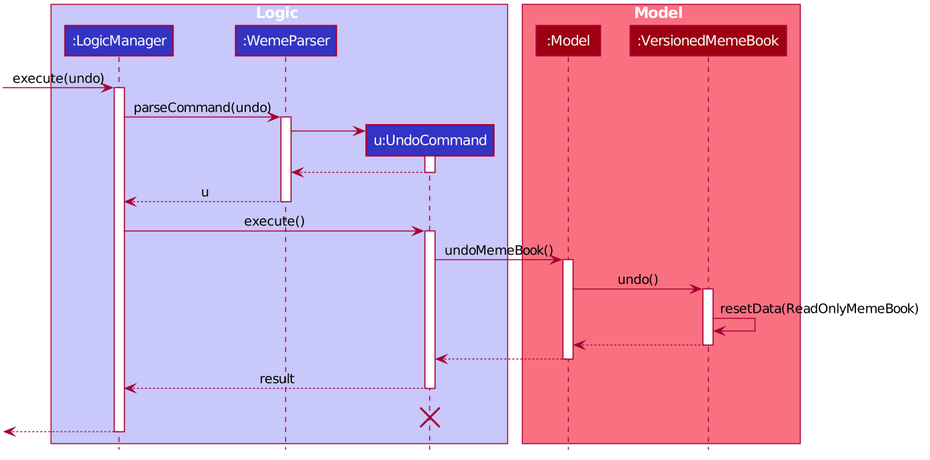
The PlantUML diagram docs/images/UndoSequenceDiagram.png in nus-cs2103-AY1920S1/addressbook-level3, before a commit. Its diagram source:
```plantuml
@startuml
scale 1.5








skinparam BackgroundColor #FFFFFFF

skinparam Shadowing false

skinparam Class {
    FontColor #FFFFFF
    BorderThickness 1
    BorderColor #FFFFFF
    StereotypeFontColor #FFFFFF
    FontName Arial
}

skinparam Actor {
    BorderColor #000000
    Color #000000
    FontName Arial
}

skinparam Sequence {
    MessageAlign center
    BoxFontSize 15
    BoxPadding 0
    BoxFontColor #FFFFFF
    FontName Arial
}

skinparam Participant {
    FontColor #FFFFFFF
    Padding 20
}

skinparam MinClassWidth 50
skinparam ParticipantPadding 10
skinparam Shadowing false
skinparam DefaultTextAlignment center
skinparam packageStyle Rectangle

hide footbox
hide members
hide circle

box Logic #C8C8FA
participant ":LogicManager" as LogicManager #3333C4
participant ":WemeParser" as WemeParser #3333C4
participant "u:UndoCommand" as UndoCommand #3333C4
end box

box Model #F97181
participant ":Model" as Model #9D0012
participant ":VersionedMemeBook" as VersionedMemeBook #9D0012
end box
[-> LogicManager : execute(undo)
activate LogicManager

LogicManager -> WemeParser : parseCommand(undo)
activate WemeParser

create UndoCommand
WemeParser -> UndoCommand
activate UndoCommand

UndoCommand --> WemeParser
deactivate UndoCommand

WemeParser --> LogicManager : u
deactivate WemeParser

LogicManager -> UndoCommand : execute()
activate UndoCommand

UndoCommand -> Model : undoMemeBook()
activate Model

Model -> VersionedMemeBook : undo()
activate VersionedMemeBook

VersionedMemeBook -> VersionedMemeBook :resetData(ReadOnlyMemeBook)
VersionedMemeBook --> Model :
deactivate VersionedMemeBook

Model --> UndoCommand
deactivate Model

UndoCommand --> LogicManager : result
deactivate UndoCommand
UndoCommand -[hidden]-> LogicManager : result
destroy UndoCommand

[<--LogicManager
deactivate LogicManager
@enduml
```
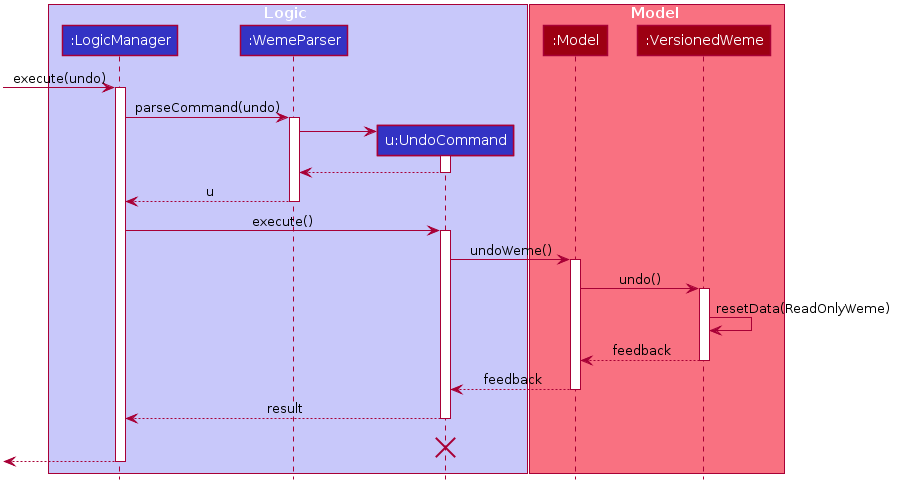
The same file after the commit.

What changed in the source:
```diff
@@ -1,5 +1,4 @@
 @startuml
-scale 1.5
 
 
 
@@ -49,6 +48,8 @@
 hide members
 hide circle
 
+
+
 box Logic #C8C8FA
 participant ":LogicManager" as LogicManager #3333C4
 participant ":WemeParser" as WemeParser #3333C4
@@ -57,7 +58,7 @@
 
 box Model #F97181
 participant ":Model" as Model #9D0012
-participant ":VersionedMemeBook" as VersionedMemeBook #9D0012
+participant ":VersionedWeme" as VersionedWeme #9D0012
 end box
 [-> LogicManager : execute(undo)
 activate LogicManager
@@ -78,17 +79,17 @@
 LogicManager -> UndoCommand : execute()
 activate UndoCommand
 
-UndoCommand -> Model : undoMemeBook()
+UndoCommand -> Model : undoWeme()
 activate Model
 
-Model -> VersionedMemeBook : undo()
-activate VersionedMemeBook
+Model -> VersionedWeme : undo()
+activate VersionedWeme
 
-VersionedMemeBook -> VersionedMemeBook :resetData(ReadOnlyMemeBook)
-VersionedMemeBook --> Model :
-deactivate VersionedMemeBook
+VersionedWeme -> VersionedWeme :resetData(ReadOnlyWeme)
+VersionedWeme --> Model : feedback
+deactivate VersionedWeme
 
-Model --> UndoCommand
+Model --> UndoCommand : feedback
 deactivate Model
 
 UndoCommand --> LogicManager : result
```
